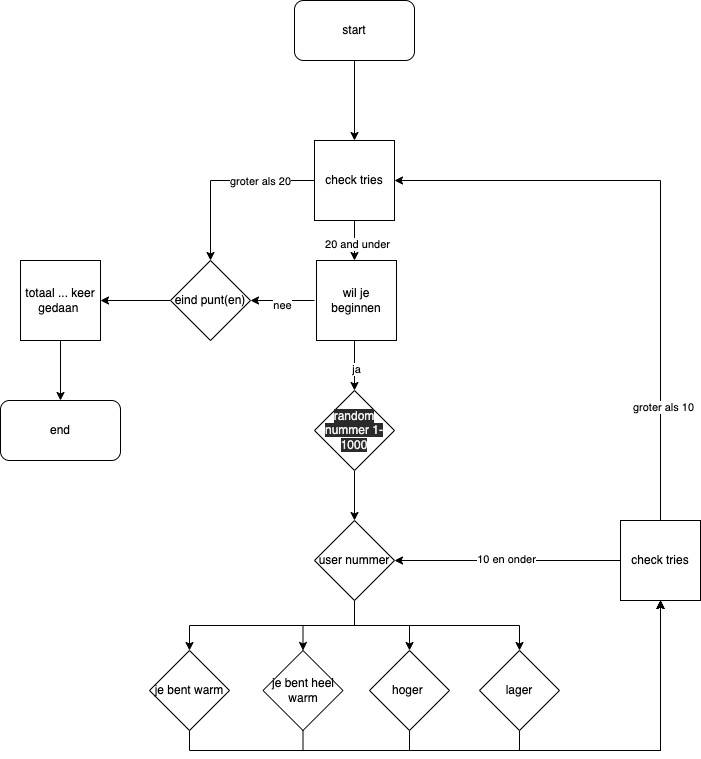
Above: module 3.rtfd/flowchart.png in melihefe21/leren-programmeren (draw.io), before the change. Source tidied: cells renumbered, new cells last; positions are measured from the earlier drawing's top-left corner, leaving out a move shared by most shapes. Its diagram source:
```xml
<mxGraphModel>
  <root>
    <mxCell id="0" />
    <mxCell id="1" parent="0" />
    <mxCell id="2" style="edgeStyle=orthogonalEdgeStyle;rounded=0;jettySize=auto;html=1;" parent="1" edge="1" target="17">
      <mxGeometry relative="1" as="geometry">
        <mxPoint x="354" y="340" as="sourcePoint" />
      </mxGeometry>
    </mxCell>
    <mxCell id="3" value="ja" style="edgeLabel;html=1;align=center;verticalAlign=middle;" parent="2" vertex="1">
      <mxGeometry x="0.1" y="1" relative="1" as="geometry" />
    </mxCell>
    <mxCell id="4" style="edgeStyle=orthogonalEdgeStyle;rounded=0;jettySize=auto;html=1;" parent="1" edge="1" target="15">
      <mxGeometry relative="1" as="geometry">
        <mxPoint x="314" y="300" as="sourcePoint" />
      </mxGeometry>
    </mxCell>
    <mxCell id="5" value="nee" style="edgeLabel;html=1;align=center;verticalAlign=middle;" parent="4" vertex="1">
      <mxGeometry x="0.03" y="4" relative="1" as="geometry" />
    </mxCell>
    <mxCell id="6" style="edgeStyle=orthogonalEdgeStyle;rounded=0;jettySize=auto;html=1;exitX=0.5;exitY=1;exitDx=0;exitDy=0;entryX=0.5;entryY=1;entryDx=0;entryDy=0;" parent="1" edge="1" source="7" target="30">
      <mxGeometry relative="1" as="geometry" />
    </mxCell>
    <mxCell id="7" value="je bent warm" style="rhombus;whiteSpace=wrap;html=1;" parent="1" vertex="1">
      <mxGeometry x="149" y="650" width="80" height="80" as="geometry" />
    </mxCell>
    <mxCell id="8" style="edgeStyle=orthogonalEdgeStyle;rounded=0;jettySize=auto;html=1;exitX=0.5;exitY=1;exitDx=0;exitDy=0;entryX=0.5;entryY=1;entryDx=0;entryDy=0;" parent="1" edge="1" source="9" target="30">
      <mxGeometry relative="1" as="geometry" />
    </mxCell>
    <mxCell id="9" value="je bent heel warm" style="rhombus;whiteSpace=wrap;html=1;" parent="1" vertex="1">
      <mxGeometry x="262.5" y="650" width="80" height="80" as="geometry" />
    </mxCell>
    <mxCell id="10" style="edgeStyle=orthogonalEdgeStyle;rounded=0;jettySize=auto;html=1;exitX=0.5;exitY=1;exitDx=0;exitDy=0;entryX=0.5;entryY=1;entryDx=0;entryDy=0;" parent="1" edge="1" source="11" target="30">
      <mxGeometry relative="1" as="geometry" />
    </mxCell>
    <mxCell id="11" value="lager" style="rhombus;whiteSpace=wrap;html=1;" parent="1" vertex="1">
      <mxGeometry x="479" y="650" width="80" height="80" as="geometry" />
    </mxCell>
    <mxCell id="12" style="edgeStyle=orthogonalEdgeStyle;rounded=0;jettySize=auto;html=1;exitX=0.5;exitY=1;exitDx=0;exitDy=0;entryX=0.5;entryY=1;entryDx=0;entryDy=0;" parent="1" edge="1" source="13" target="30">
      <mxGeometry relative="1" as="geometry" />
    </mxCell>
    <mxCell id="13" value="hoger&amp;nbsp;" style="rhombus;whiteSpace=wrap;html=1;" parent="1" vertex="1">
      <mxGeometry x="369" y="650" width="80" height="80" as="geometry" />
    </mxCell>
    <mxCell id="14" style="edgeStyle=orthogonalEdgeStyle;rounded=0;jettySize=auto;html=1;" parent="1" edge="1" source="15" target="19">
      <mxGeometry relative="1" as="geometry" />
    </mxCell>
    <mxCell id="15" value="eind punt(en)" style="rhombus;whiteSpace=wrap;html=1;" parent="1" vertex="1">
      <mxGeometry x="170" y="260" width="80" height="80" as="geometry" />
    </mxCell>
    <mxCell id="16" style="edgeStyle=orthogonalEdgeStyle;rounded=0;jettySize=auto;html=1;" parent="1" edge="1" source="17">
      <mxGeometry relative="1" as="geometry">
        <mxPoint x="354" y="520" as="targetPoint" />
      </mxGeometry>
    </mxCell>
    <mxCell id="17" value="&lt;meta charset=&quot;utf-8&quot;&gt;&lt;span style=&quot;color: rgb(240, 240, 240); font-family: Helvetica; font-size: 12px; font-style: normal; font-variant-ligatures: normal; font-variant-caps: normal; font-weight: 400; letter-spacing: normal; orphans: 2; text-align: center; text-indent: 0px; text-transform: none; widows: 2; word-spacing: 0px; -webkit-text-stroke-width: 0px; background-color: rgb(42, 42, 42); text-decoration-thickness: initial; text-decoration-style: initial; text-decoration-color: initial; float: none; display: inline !important;&quot;&gt;random nummer 1-1000&lt;/span&gt;" style="rhombus;whiteSpace=wrap;html=1;" parent="1" vertex="1">
      <mxGeometry x="314" y="390" width="80" height="80" as="geometry" />
    </mxCell>
    <mxCell id="18" style="edgeStyle=orthogonalEdgeStyle;rounded=0;jettySize=auto;html=1;" parent="1" edge="1" source="19" target="20">
      <mxGeometry relative="1" as="geometry" />
    </mxCell>
    <mxCell id="19" value="totaal ... keer gedaan&amp;nbsp;" style="whiteSpace=wrap;html=1;" parent="1" vertex="1">
      <mxGeometry x="20" y="260" width="80" height="80" as="geometry" />
    </mxCell>
    <mxCell id="20" value="end" style="rounded=1;whiteSpace=wrap;html=1;" parent="1" vertex="1">
      <mxGeometry y="400" width="120" height="60" as="geometry" />
    </mxCell>
    <mxCell id="21" style="edgeStyle=orthogonalEdgeStyle;rounded=0;jettySize=auto;html=1;exitX=0.5;exitY=1;exitDx=0;exitDy=0;entryX=0.5;entryY=0;entryDx=0;entryDy=0;" parent="1" edge="1" source="25" target="13">
      <mxGeometry relative="1" as="geometry" />
    </mxCell>
    <mxCell id="22" style="edgeStyle=orthogonalEdgeStyle;rounded=0;jettySize=auto;html=1;exitX=0.5;exitY=1;exitDx=0;exitDy=0;entryX=0.5;entryY=0;entryDx=0;entryDy=0;" parent="1" edge="1" source="25" target="9">
      <mxGeometry relative="1" as="geometry" />
    </mxCell>
    <mxCell id="23" style="edgeStyle=orthogonalEdgeStyle;rounded=0;jettySize=auto;html=1;exitX=0.5;exitY=1;exitDx=0;exitDy=0;entryX=0.5;entryY=0;entryDx=0;entryDy=0;" parent="1" edge="1" source="25" target="7">
      <mxGeometry relative="1" as="geometry" />
    </mxCell>
    <mxCell id="24" style="edgeStyle=orthogonalEdgeStyle;rounded=0;jettySize=auto;html=1;exitX=0.5;exitY=1;exitDx=0;exitDy=0;entryX=0.5;entryY=0;entryDx=0;entryDy=0;" parent="1" edge="1" source="25" target="11">
      <mxGeometry relative="1" as="geometry" />
    </mxCell>
    <mxCell id="25" value="user nummer" style="rhombus;whiteSpace=wrap;html=1;" parent="1" vertex="1">
      <mxGeometry x="314" y="520" width="80" height="80" as="geometry" />
    </mxCell>
    <mxCell id="26" style="edgeStyle=orthogonalEdgeStyle;rounded=0;jettySize=auto;html=1;exitX=0;exitY=0.5;exitDx=0;exitDy=0;entryX=1;entryY=0.5;entryDx=0;entryDy=0;" parent="1" edge="1" source="30" target="25">
      <mxGeometry relative="1" as="geometry" />
    </mxCell>
    <mxCell id="27" value="10 en onder" style="edgeLabel;html=1;align=center;verticalAlign=middle;" parent="26" vertex="1">
      <mxGeometry x="0.02" y="-2" relative="1" as="geometry" />
    </mxCell>
    <mxCell id="28" style="edgeStyle=orthogonalEdgeStyle;rounded=0;jettySize=auto;html=1;exitX=0.5;exitY=0;exitDx=0;exitDy=0;entryX=1;entryY=0.5;entryDx=0;entryDy=0;" parent="1" edge="1" source="30" target="35">
      <mxGeometry relative="1" as="geometry" />
    </mxCell>
    <mxCell id="29" value="groter als 10" style="edgeLabel;html=1;align=center;verticalAlign=middle;points=[];" parent="28" vertex="1">
      <mxGeometry x="-0.62" y="-2" relative="1" as="geometry" />
    </mxCell>
    <mxCell id="30" value="check tries" style="whiteSpace=wrap;html=1;" parent="1" vertex="1">
      <mxGeometry x="620" y="520" width="80" height="80" as="geometry" />
    </mxCell>
    <mxCell id="31" style="edgeStyle=orthogonalEdgeStyle;rounded=0;jettySize=auto;html=1;" parent="1" edge="1" source="35">
      <mxGeometry relative="1" as="geometry">
        <mxPoint x="354" y="260" as="targetPoint" />
      </mxGeometry>
    </mxCell>
    <mxCell id="32" value="20 and under" style="edgeLabel;html=1;align=center;verticalAlign=middle;" parent="31" vertex="1">
      <mxGeometry x="0.15" y="2" relative="1" as="geometry" />
    </mxCell>
    <mxCell id="33" style="edgeStyle=orthogonalEdgeStyle;rounded=0;jettySize=auto;html=1;exitX=0;exitY=0.5;exitDx=0;exitDy=0;entryX=0.5;entryY=0;entryDx=0;entryDy=0;" parent="1" edge="1" source="35" target="15">
      <mxGeometry relative="1" as="geometry" />
    </mxCell>
    <mxCell id="34" value="groter als 20" style="edgeLabel;html=1;align=center;verticalAlign=middle;points=[];" parent="33" vertex="1">
      <mxGeometry x="-0.4" relative="1" as="geometry" />
    </mxCell>
    <mxCell id="35" value="check tries" style="whiteSpace=wrap;html=1;" parent="1" vertex="1">
      <mxGeometry x="314" y="140" width="80" height="80" as="geometry" />
    </mxCell>
    <mxCell id="36" style="edgeStyle=orthogonalEdgeStyle;rounded=0;jettySize=auto;html=1;" parent="1" edge="1" source="37" target="35">
      <mxGeometry relative="1" as="geometry" />
    </mxCell>
    <mxCell id="37" value="start" style="rounded=1;whiteSpace=wrap;html=1;" parent="1" vertex="1">
      <mxGeometry x="294" width="120" height="60" as="geometry" />
    </mxCell>
    <mxCell id="38" value="wil je beginnen" style="whiteSpace=wrap;html=1;" parent="1" vertex="1">
      <mxGeometry x="316" y="260" width="80" height="80" as="geometry" />
    </mxCell>
  </root>
</mxGraphModel>
```
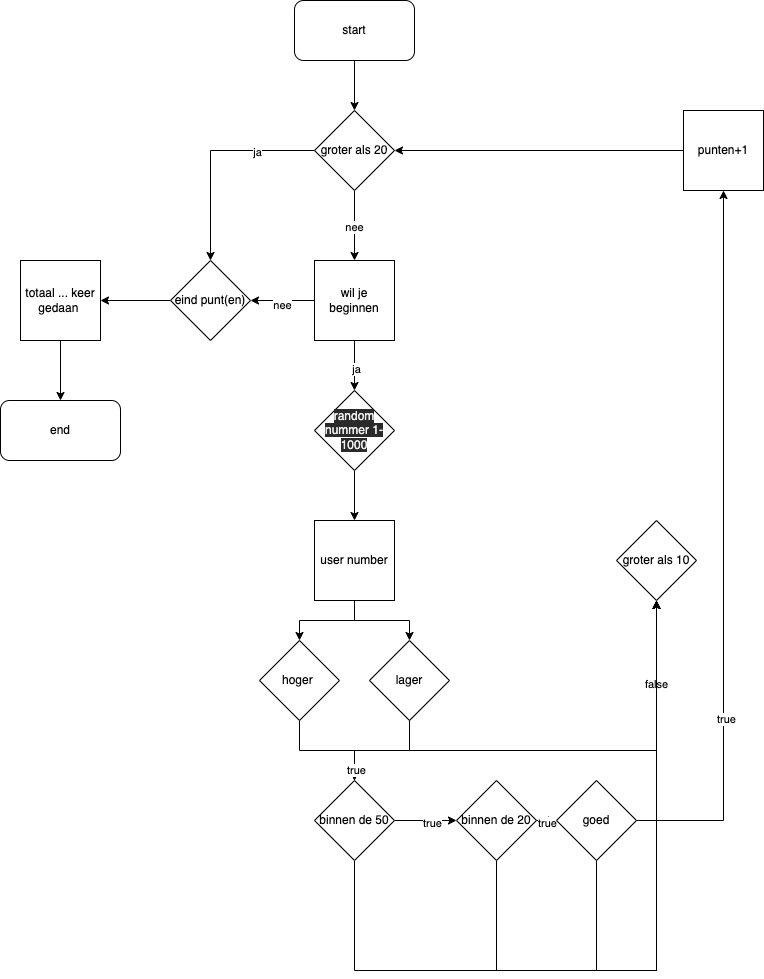
After the change.

Diff of the diagram source:
```diff
@@ -18,29 +18,69 @@
     <mxCell id="5" value="nee" style="edgeLabel;html=1;align=center;verticalAlign=middle;" parent="4" vertex="1">
       <mxGeometry x="0.03" y="4" relative="1" as="geometry" />
     </mxCell>
-    <mxCell id="6" style="edgeStyle=orthogonalEdgeStyle;rounded=0;jettySize=auto;html=1;exitX=0.5;exitY=1;exitDx=0;exitDy=0;entryX=0.5;entryY=1;entryDx=0;entryDy=0;" parent="1" edge="1" source="7" target="30">
-      <mxGeometry relative="1" as="geometry" />
-    </mxCell>
+    <mxCell id="39" style="edgeStyle=orthogonalEdgeStyle;rounded=0;jettySize=auto;html=1;exitX=1;exitY=0.5;exitDx=0;exitDy=0;entryX=0;entryY=0.5;entryDx=0;entryDy=0;" parent="1" edge="1" source="7" target="9">
+      <mxGeometry relative="1" as="geometry" />
+    </mxCell>
+    <mxCell id="40" value="true" style="edgeLabel;html=1;align=center;verticalAlign=middle;" parent="39" vertex="1">
+      <mxGeometry x="0.19" y="-1" relative="1" as="geometry">
+        <mxPoint y="1" as="offset" />
+      </mxGeometry>
+    </mxCell>
+    <mxCell id="41" style="edgeStyle=orthogonalEdgeStyle;rounded=0;jettySize=auto;html=1;exitX=0.5;exitY=1;exitDx=0;exitDy=0;entryX=0.5;entryY=1;entryDx=0;entryDy=0;" parent="1" edge="1" source="7" target="29">
+      <mxGeometry relative="1" as="geometry">
+        <Array as="points">
+          <mxPoint x="354" y="970" />
+          <mxPoint x="656" y="970" />
+        </Array>
+      </mxGeometry>
+    </mxCell>
-    <mxCell id="7" value="je bent warm" style="rhombus;whiteSpace=wrap;html=1;" parent="1" vertex="1">
-      <mxGeometry x="149" y="650" width="80" height="80" as="geometry" />
+    <mxCell id="7" value="binnen de 50" style="rhombus;whiteSpace=wrap;html=1;" parent="1" vertex="1">
+      <mxGeometry x="314" y="780" width="80" height="80" as="geometry" />
     </mxCell>
-    <mxCell id="8" style="edgeStyle=orthogonalEdgeStyle;rounded=0;jettySize=auto;html=1;exitX=0.5;exitY=1;exitDx=0;exitDy=0;entryX=0.5;entryY=1;entryDx=0;entryDy=0;" parent="1" edge="1" source="9" target="30">
-      <mxGeometry relative="1" as="geometry" />
-    </mxCell>
+    <mxCell id="42" style="edgeStyle=orthogonalEdgeStyle;rounded=0;jettySize=auto;html=1;" parent="1" edge="1" source="9" target="61">
+      <mxGeometry relative="1" as="geometry" />
+    </mxCell>
+    <mxCell id="43" value="true" style="edgeLabel;html=1;align=center;verticalAlign=middle;" parent="42" vertex="1">
+      <mxGeometry x="0.67" y="-1" relative="1" as="geometry">
+        <mxPoint y="1" as="offset" />
+      </mxGeometry>
+    </mxCell>
+    <mxCell id="44" style="edgeStyle=orthogonalEdgeStyle;rounded=0;jettySize=auto;html=1;exitX=0.5;exitY=1;exitDx=0;exitDy=0;entryX=0.5;entryY=1;entryDx=0;entryDy=0;" parent="1" edge="1" source="9" target="29">
+      <mxGeometry relative="1" as="geometry">
+        <Array as="points">
+          <mxPoint x="496" y="970" />
+          <mxPoint x="656" y="970" />
+        </Array>
+      </mxGeometry>
+    </mxCell>
-    <mxCell id="9" value="je bent heel warm" style="rhombus;whiteSpace=wrap;html=1;" parent="1" vertex="1">
-      <mxGeometry x="262.5" y="650" width="80" height="80" as="geometry" />
+    <mxCell id="9" value="binnen de 20" style="rhombus;whiteSpace=wrap;html=1;" parent="1" vertex="1">
+      <mxGeometry x="456" y="780" width="80" height="80" as="geometry" />
     </mxCell>
-    <mxCell id="10" style="edgeStyle=orthogonalEdgeStyle;rounded=0;jettySize=auto;html=1;exitX=0.5;exitY=1;exitDx=0;exitDy=0;entryX=0.5;entryY=1;entryDx=0;entryDy=0;" parent="1" edge="1" source="11" target="30">
-      <mxGeometry relative="1" as="geometry" />
-    </mxCell>
+    <mxCell id="45" style="edgeStyle=orthogonalEdgeStyle;rounded=0;jettySize=auto;html=1;exitX=0.5;exitY=1;exitDx=0;exitDy=0;entryX=0.5;entryY=0;entryDx=0;entryDy=0;" parent="1" edge="1" source="11" target="7">
+      <mxGeometry relative="1" as="geometry" />
+    </mxCell>
+    <mxCell id="46" style="edgeStyle=orthogonalEdgeStyle;rounded=0;jettySize=auto;html=1;exitX=0.5;exitY=1;exitDx=0;exitDy=0;entryX=0.5;entryY=1;entryDx=0;entryDy=0;" parent="1" edge="1" source="11" target="29">
+      <mxGeometry relative="1" as="geometry">
+        <Array as="points">
+          <mxPoint x="409" y="750" />
+          <mxPoint x="656" y="750" />
+        </Array>
+      </mxGeometry>
+    </mxCell>
+    <mxCell id="47" value="false" style="edgeLabel;html=1;align=center;verticalAlign=middle;" parent="46" vertex="1">
+      <mxGeometry x="0.61" y="1" relative="1" as="geometry" />
+    </mxCell>
     <mxCell id="11" value="lager" style="rhombus;whiteSpace=wrap;html=1;" parent="1" vertex="1">
-      <mxGeometry x="479" y="650" width="80" height="80" as="geometry" />
+      <mxGeometry x="369" y="640" width="80" height="80" as="geometry" />
     </mxCell>
-    <mxCell id="12" style="edgeStyle=orthogonalEdgeStyle;rounded=0;jettySize=auto;html=1;exitX=0.5;exitY=1;exitDx=0;exitDy=0;entryX=0.5;entryY=1;entryDx=0;entryDy=0;" parent="1" edge="1" source="13" target="30">
-      <mxGeometry relative="1" as="geometry" />
-    </mxCell>
+    <mxCell id="48" style="edgeStyle=orthogonalEdgeStyle;rounded=0;jettySize=auto;html=1;exitX=0.5;exitY=1;exitDx=0;exitDy=0;entryX=0.5;entryY=0;entryDx=0;entryDy=0;" parent="1" edge="1" source="13" target="7">
+      <mxGeometry relative="1" as="geometry" />
+    </mxCell>
+    <mxCell id="49" value="true" style="edgeLabel;html=1;align=center;verticalAlign=middle;" parent="48" vertex="1">
+      <mxGeometry x="0.81" y="1" relative="1" as="geometry" />
+    </mxCell>
     <mxCell id="13" value="hoger&amp;nbsp;" style="rhombus;whiteSpace=wrap;html=1;" parent="1" vertex="1">
-      <mxGeometry x="369" y="650" width="80" height="80" as="geometry" />
+      <mxGeometry x="259" y="640" width="80" height="80" as="geometry" />
     </mxCell>
     <mxCell id="14" style="edgeStyle=orthogonalEdgeStyle;rounded=0;jettySize=auto;html=1;" parent="1" edge="1" source="15" target="19">
       <mxGeometry relative="1" as="geometry" />
@@ -65,61 +105,66 @@
     <mxCell id="20" value="end" style="rounded=1;whiteSpace=wrap;html=1;" parent="1" vertex="1">
       <mxGeometry y="400" width="120" height="60" as="geometry" />
     </mxCell>
-    <mxCell id="21" style="edgeStyle=orthogonalEdgeStyle;rounded=0;jettySize=auto;html=1;exitX=0.5;exitY=1;exitDx=0;exitDy=0;entryX=0.5;entryY=0;entryDx=0;entryDy=0;" parent="1" edge="1" source="25" target="13">
-      <mxGeometry relative="1" as="geometry" />
-    </mxCell>
-    <mxCell id="22" style="edgeStyle=orthogonalEdgeStyle;rounded=0;jettySize=auto;html=1;exitX=0.5;exitY=1;exitDx=0;exitDy=0;entryX=0.5;entryY=0;entryDx=0;entryDy=0;" parent="1" edge="1" source="25" target="9">
-      <mxGeometry relative="1" as="geometry" />
-    </mxCell>
-    <mxCell id="23" style="edgeStyle=orthogonalEdgeStyle;rounded=0;jettySize=auto;html=1;exitX=0.5;exitY=1;exitDx=0;exitDy=0;entryX=0.5;entryY=0;entryDx=0;entryDy=0;" parent="1" edge="1" source="25" target="7">
-      <mxGeometry relative="1" as="geometry" />
-    </mxCell>
-    <mxCell id="24" style="edgeStyle=orthogonalEdgeStyle;rounded=0;jettySize=auto;html=1;exitX=0.5;exitY=1;exitDx=0;exitDy=0;entryX=0.5;entryY=0;entryDx=0;entryDy=0;" parent="1" edge="1" source="25" target="11">
-      <mxGeometry relative="1" as="geometry" />
-    </mxCell>
-    <mxCell id="25" value="user nummer" style="rhombus;whiteSpace=wrap;html=1;" parent="1" vertex="1">
-      <mxGeometry x="314" y="520" width="80" height="80" as="geometry" />
-    </mxCell>
-    <mxCell id="26" style="edgeStyle=orthogonalEdgeStyle;rounded=0;jettySize=auto;html=1;exitX=0;exitY=0.5;exitDx=0;exitDy=0;entryX=1;entryY=0.5;entryDx=0;entryDy=0;" parent="1" edge="1" source="30" target="25">
-      <mxGeometry relative="1" as="geometry" />
-    </mxCell>
-    <mxCell id="27" value="10 en onder" style="edgeLabel;html=1;align=center;verticalAlign=middle;" parent="26" vertex="1">
-      <mxGeometry x="0.02" y="-2" relative="1" as="geometry" />
-    </mxCell>
-    <mxCell id="28" style="edgeStyle=orthogonalEdgeStyle;rounded=0;jettySize=auto;html=1;exitX=0.5;exitY=0;exitDx=0;exitDy=0;entryX=1;entryY=0.5;entryDx=0;entryDy=0;" parent="1" edge="1" source="30" target="35">
-      <mxGeometry relative="1" as="geometry" />
-    </mxCell>
-    <mxCell id="29" value="groter als 10" style="edgeLabel;html=1;align=center;verticalAlign=middle;points=[];" parent="28" vertex="1">
-      <mxGeometry x="-0.62" y="-2" relative="1" as="geometry" />
-    </mxCell>
-    <mxCell id="30" value="check tries" style="whiteSpace=wrap;html=1;" parent="1" vertex="1">
-      <mxGeometry x="620" y="520" width="80" height="80" as="geometry" />
-    </mxCell>
-    <mxCell id="31" style="edgeStyle=orthogonalEdgeStyle;rounded=0;jettySize=auto;html=1;" parent="1" edge="1" source="35">
-      <mxGeometry relative="1" as="geometry">
-        <mxPoint x="354" y="260" as="targetPoint" />
-      </mxGeometry>
-    </mxCell>
-    <mxCell id="32" value="20 and under" style="edgeLabel;html=1;align=center;verticalAlign=middle;" parent="31" vertex="1">
-      <mxGeometry x="0.15" y="2" relative="1" as="geometry" />
-    </mxCell>
-    <mxCell id="33" style="edgeStyle=orthogonalEdgeStyle;rounded=0;jettySize=auto;html=1;exitX=0;exitY=0.5;exitDx=0;exitDy=0;entryX=0.5;entryY=0;entryDx=0;entryDy=0;" parent="1" edge="1" source="35" target="15">
-      <mxGeometry relative="1" as="geometry" />
-    </mxCell>
-    <mxCell id="34" value="groter als 20" style="edgeLabel;html=1;align=center;verticalAlign=middle;points=[];" parent="33" vertex="1">
-      <mxGeometry x="-0.4" relative="1" as="geometry" />
-    </mxCell>
-    <mxCell id="35" value="check tries" style="whiteSpace=wrap;html=1;" parent="1" vertex="1">
-      <mxGeometry x="314" y="140" width="80" height="80" as="geometry" />
-    </mxCell>
-    <mxCell id="36" style="edgeStyle=orthogonalEdgeStyle;rounded=0;jettySize=auto;html=1;" parent="1" edge="1" source="37" target="35">
-      <mxGeometry relative="1" as="geometry" />
-    </mxCell>
+    <mxCell id="50" style="edgeStyle=orthogonalEdgeStyle;rounded=0;jettySize=auto;html=1;" parent="1" edge="1" source="37" target="34">
+      <mxGeometry relative="1" as="geometry" />
+    </mxCell>
     <mxCell id="37" value="start" style="rounded=1;whiteSpace=wrap;html=1;" parent="1" vertex="1">
       <mxGeometry x="294" width="120" height="60" as="geometry" />
     </mxCell>
     <mxCell id="38" value="wil je beginnen" style="whiteSpace=wrap;html=1;" parent="1" vertex="1">
-      <mxGeometry x="316" y="260" width="80" height="80" as="geometry" />
+      <mxGeometry x="314" y="260" width="80" height="80" as="geometry" />
     </mxCell>
+    <mxCell id="29" value="groter als 10" style="rhombus;whiteSpace=wrap;html=1;" parent="1" vertex="1">
+      <mxGeometry x="616" y="520" width="80" height="80" as="geometry" />
+    </mxCell>
+    <mxCell id="51" style="edgeStyle=orthogonalEdgeStyle;rounded=0;jettySize=auto;html=1;" parent="1" edge="1" source="34" target="38">
+      <mxGeometry relative="1" as="geometry" />
+    </mxCell>
+    <mxCell id="52" value="nee" style="edgeLabel;html=1;align=center;verticalAlign=middle;" parent="51" vertex="1">
+      <mxGeometry x="0.03" y="-1" relative="1" as="geometry" />
+    </mxCell>
+    <mxCell id="53" style="edgeStyle=orthogonalEdgeStyle;rounded=0;jettySize=auto;html=1;exitX=0;exitY=0.5;exitDx=0;exitDy=0;entryX=0.5;entryY=0;entryDx=0;entryDy=0;" parent="1" edge="1" source="34" target="15">
+      <mxGeometry relative="1" as="geometry" />
+    </mxCell>
+    <mxCell id="54" value="ja" style="edgeLabel;html=1;align=center;verticalAlign=middle;" parent="53" vertex="1">
+      <mxGeometry x="-0.46" y="1" relative="1" as="geometry" />
+    </mxCell>
+    <mxCell id="34" value="groter als 20" style="rhombus;whiteSpace=wrap;html=1;" parent="1" vertex="1">
+      <mxGeometry x="314" y="110" width="80" height="80" as="geometry" />
+    </mxCell>
+    <mxCell id="55" style="edgeStyle=orthogonalEdgeStyle;rounded=0;jettySize=auto;html=1;exitX=0.5;exitY=1;exitDx=0;exitDy=0;entryX=0.5;entryY=0;entryDx=0;entryDy=0;" parent="1" edge="1" source="57" target="13">
+      <mxGeometry relative="1" as="geometry" />
+    </mxCell>
+    <mxCell id="56" style="edgeStyle=orthogonalEdgeStyle;rounded=0;jettySize=auto;html=1;exitX=0.5;exitY=1;exitDx=0;exitDy=0;entryX=0.5;entryY=0;entryDx=0;entryDy=0;" parent="1" edge="1" source="57" target="11">
+      <mxGeometry relative="1" as="geometry" />
+    </mxCell>
+    <mxCell id="57" value="user number" style="whiteSpace=wrap;html=1;" parent="1" vertex="1">
+      <mxGeometry x="314" y="520" width="80" height="80" as="geometry" />
+    </mxCell>
+    <mxCell id="58" style="edgeStyle=orthogonalEdgeStyle;rounded=0;jettySize=auto;html=1;exitX=1;exitY=0.5;exitDx=0;exitDy=0;entryX=0.5;entryY=1;entryDx=0;entryDy=0;" parent="1" edge="1" source="61" target="63">
+      <mxGeometry relative="1" as="geometry" />
+    </mxCell>
+    <mxCell id="59" value="true" style="edgeLabel;html=1;align=center;verticalAlign=middle;" parent="58" vertex="1">
+      <mxGeometry x="-0.47" y="-2" relative="1" as="geometry">
+        <mxPoint y="1" as="offset" />
+      </mxGeometry>
+    </mxCell>
+    <mxCell id="60" style="edgeStyle=orthogonalEdgeStyle;rounded=0;jettySize=auto;html=1;exitX=0.5;exitY=1;exitDx=0;exitDy=0;entryX=0.5;entryY=1;entryDx=0;entryDy=0;" parent="1" edge="1" source="61" target="29">
+      <mxGeometry relative="1" as="geometry">
+        <Array as="points">
+          <mxPoint x="596" y="970" />
+          <mxPoint x="656" y="970" />
+        </Array>
+      </mxGeometry>
+    </mxCell>
+    <mxCell id="61" value="goed" style="rhombus;whiteSpace=wrap;html=1;" parent="1" vertex="1">
+      <mxGeometry x="556" y="780" width="80" height="80" as="geometry" />
+    </mxCell>
+    <mxCell id="62" style="edgeStyle=orthogonalEdgeStyle;rounded=0;jettySize=auto;html=1;exitX=0;exitY=0.5;exitDx=0;exitDy=0;" parent="1" edge="1" source="63" target="34">
+      <mxGeometry relative="1" as="geometry" />
+    </mxCell>
+    <mxCell id="63" value="punten+1" style="whiteSpace=wrap;html=1;" parent="1" vertex="1">
+      <mxGeometry x="683" y="110" width="80" height="80" as="geometry" />
+    </mxCell>
   </root>
 </mxGraphModel>
```
